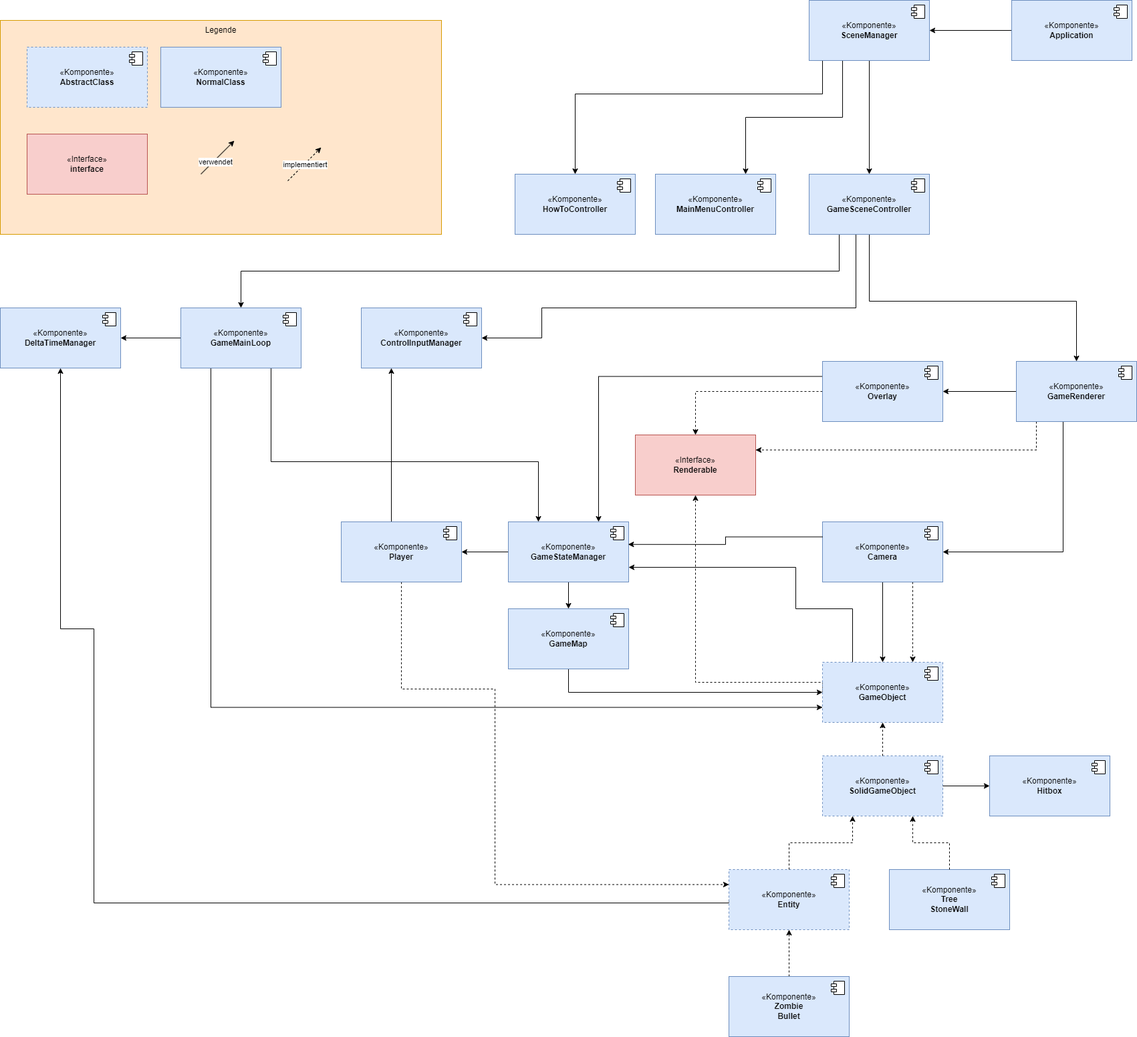
Above: docs/KomponentenDiagramm.png in SeventyNine-ers/zombi-shooter (draw.io), before the change. Source tidied: cells renumbered, new cells last; positions are measured from the earlier drawing's top-left corner, leaving out a move shared by most shapes.
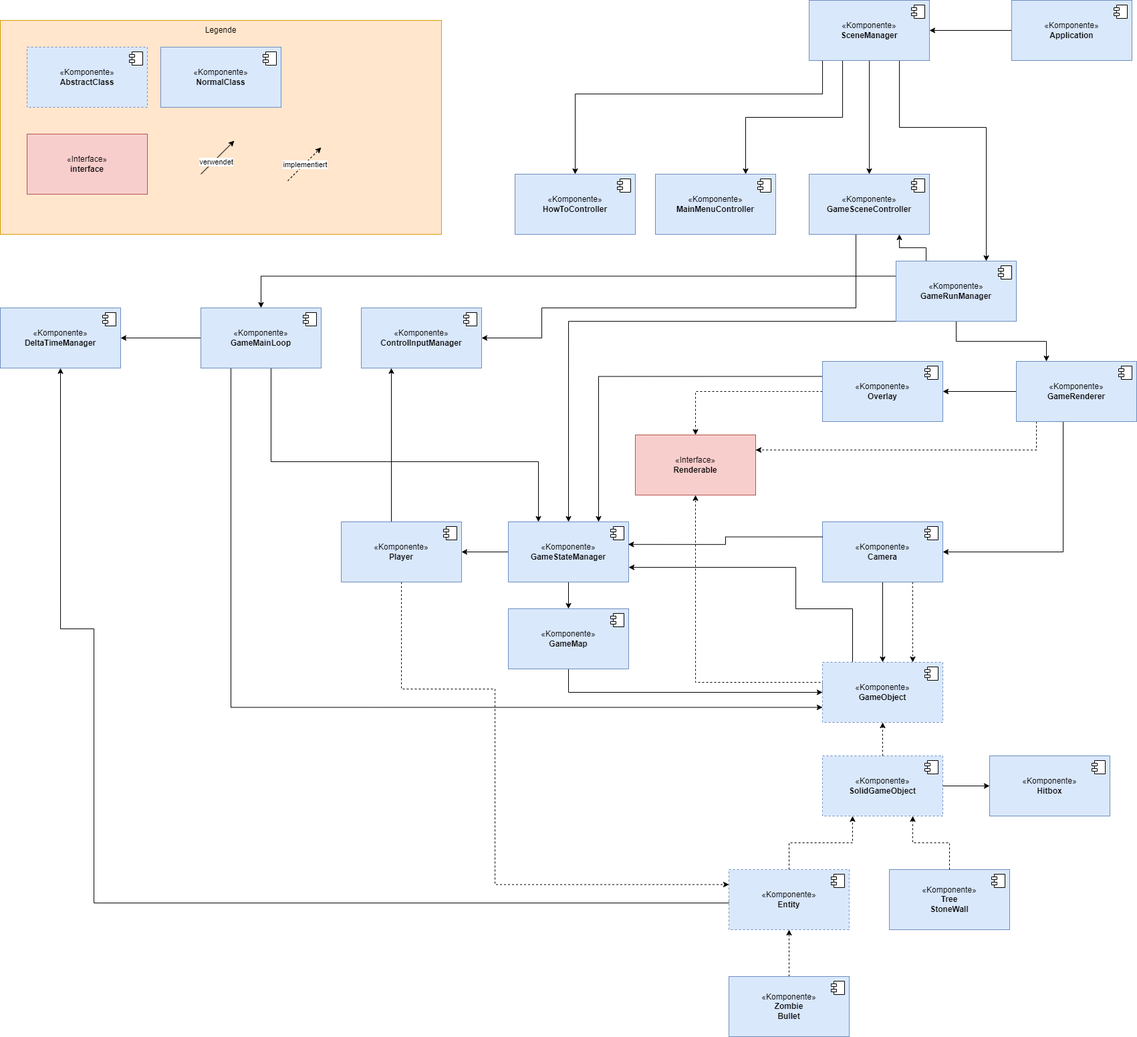
After the change.

What changed in the source:
```diff
@@ -2,20 +2,9 @@
   <root>
     <mxCell id="0" />
     <mxCell id="1" parent="0" />
-    <mxCell id="2" style="edgeStyle=orthogonalEdgeStyle;rounded=0;jettySize=auto;html=1;exitX=0.5;exitY=1;exitDx=0;exitDy=0;entryX=0.5;entryY=0;entryDx=0;entryDy=0;" parent="1" edge="1" source="6" target="11">
-      <mxGeometry relative="1" as="geometry">
-        <Array as="points">
-          <mxPoint x="1300" y="450" />
-          <mxPoint x="1610" y="450" />
-        </Array>
-      </mxGeometry>
-    </mxCell>
     <mxCell id="3" style="edgeStyle=orthogonalEdgeStyle;rounded=0;jettySize=auto;html=1;exitX=0.5;exitY=0;exitDx=0;exitDy=0;entryX=0.5;entryY=1;entryDx=0;entryDy=0;startArrow=classic;startFill=1;endArrow=none;endFill=0;" parent="1" edge="1" source="6" target="23">
       <mxGeometry relative="1" as="geometry" />
     </mxCell>
-    <mxCell id="4" style="edgeStyle=orthogonalEdgeStyle;rounded=0;jettySize=auto;html=1;exitX=0.25;exitY=1;exitDx=0;exitDy=0;entryX=0.5;entryY=0;entryDx=0;entryDy=0;" parent="1" edge="1" source="6" target="59">
-      <mxGeometry relative="1" as="geometry" />
-    </mxCell>
     <mxCell id="5" style="edgeStyle=orthogonalEdgeStyle;rounded=0;jettySize=auto;html=1;exitX=0.25;exitY=1;exitDx=0;exitDy=0;entryX=1;entryY=0.5;entryDx=0;entryDy=0;" parent="1" edge="1" source="6" target="63">
       <mxGeometry relative="1" as="geometry">
         <Array as="points">
@@ -119,6 +108,14 @@
         </Array>
       </mxGeometry>
     </mxCell>
+    <mxCell id="85" style="edgeStyle=orthogonalEdgeStyle;rounded=0;jettySize=auto;html=1;exitX=0.75;exitY=1;exitDx=0;exitDy=0;entryX=0.75;entryY=0;entryDx=0;entryDy=0;" parent="1" edge="1" source="23" target="90">
+      <mxGeometry relative="1" as="geometry">
+        <Array as="points">
+          <mxPoint x="1345" y="190" />
+          <mxPoint x="1475" y="190" />
+        </Array>
+      </mxGeometry>
+    </mxCell>
     <mxCell id="23" value="«Komponente»&lt;br&gt;&lt;b&gt;SceneManager&lt;br&gt;&lt;/b&gt;" style="html=1;whiteSpace=wrap;fillColor=#dae8fc;strokeColor=#6c8ebf;" parent="1" vertex="1">
       <mxGeometry x="1210" width="180" height="90" as="geometry" />
     </mxCell>
@@ -276,7 +273,7 @@
       <mxGeometry relative="1" as="geometry" />
     </mxCell>
     <mxCell id="59" value="«Komponente»&lt;br&gt;&lt;b&gt;GameMainLoop&lt;br&gt;&lt;/b&gt;" style="html=1;whiteSpace=wrap;fillColor=#dae8fc;strokeColor=#6c8ebf;" parent="1" vertex="1">
-      <mxGeometry x="270" y="460" width="180" height="90" as="geometry" />
+      <mxGeometry x="300" y="460" width="180" height="90" as="geometry" />
     </mxCell>
     <mxCell id="60" style="shape=module;jettyWidth=8;jettyHeight=4;" parent="59" vertex="1">
       <mxGeometry x="1" width="20" height="20" relative="1" as="geometry">
@@ -375,5 +372,30 @@
     <mxCell id="84" style="edgeStyle=orthogonalEdgeStyle;rounded=0;jettySize=auto;html=1;exitX=1;exitY=0.5;exitDx=0;exitDy=0;entryX=0;entryY=0.5;entryDx=0;entryDy=0;" parent="1" edge="1" source="77" target="82">
       <mxGeometry relative="1" as="geometry" />
     </mxCell>
+    <mxCell id="86" style="edgeStyle=orthogonalEdgeStyle;rounded=0;jettySize=auto;html=1;exitX=0.25;exitY=0;exitDx=0;exitDy=0;entryX=0.75;entryY=1;entryDx=0;entryDy=0;" parent="1" edge="1" source="90" target="6">
+      <mxGeometry relative="1" as="geometry" />
+    </mxCell>
+    <mxCell id="87" style="edgeStyle=orthogonalEdgeStyle;rounded=0;jettySize=auto;html=1;exitX=0.5;exitY=1;exitDx=0;exitDy=0;entryX=0.25;entryY=0;entryDx=0;entryDy=0;" parent="1" edge="1" source="90" target="11">
+      <mxGeometry relative="1" as="geometry" />
+    </mxCell>
+    <mxCell id="88" style="edgeStyle=orthogonalEdgeStyle;rounded=0;jettySize=auto;html=1;exitX=0;exitY=0.25;exitDx=0;exitDy=0;entryX=0.5;entryY=0;entryDx=0;entryDy=0;" parent="1" edge="1" source="90" target="59">
+      <mxGeometry relative="1" as="geometry" />
+    </mxCell>
+    <mxCell id="89" style="edgeStyle=orthogonalEdgeStyle;rounded=0;jettySize=auto;html=1;exitX=0;exitY=0.75;exitDx=0;exitDy=0;entryX=0.5;entryY=0;entryDx=0;entryDy=0;" parent="1" edge="1" source="90" target="39">
+      <mxGeometry relative="1" as="geometry">
+        <Array as="points">
+          <mxPoint x="1340" y="480" />
+          <mxPoint x="850" y="480" />
+        </Array>
+      </mxGeometry>
+    </mxCell>
+    <mxCell id="90" value="«Komponente»&lt;br&gt;&lt;b&gt;GameRunManager&lt;br&gt;&lt;/b&gt;" style="html=1;whiteSpace=wrap;fillColor=#dae8fc;strokeColor=#6c8ebf;" parent="1" vertex="1">
+      <mxGeometry x="1340" y="390" width="180" height="90" as="geometry" />
+    </mxCell>
+    <mxCell id="91" style="shape=module;jettyWidth=8;jettyHeight=4;" parent="90" vertex="1">
+      <mxGeometry x="1" width="20" height="20" relative="1" as="geometry">
+        <mxPoint x="-27" y="7" as="offset" />
+      </mxGeometry>
+    </mxCell>
   </root>
 </mxGraphModel>
```
